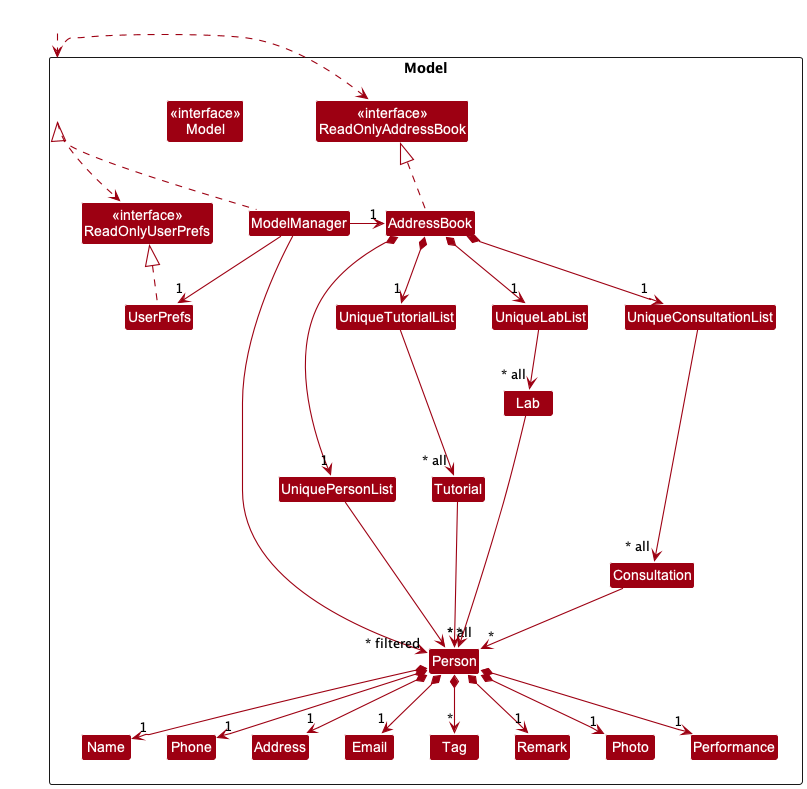
Before: docs/images/ModelClassDiagram.png, a diagram exported from PlantUML (nus-cs2103-AY2223S2/tp).
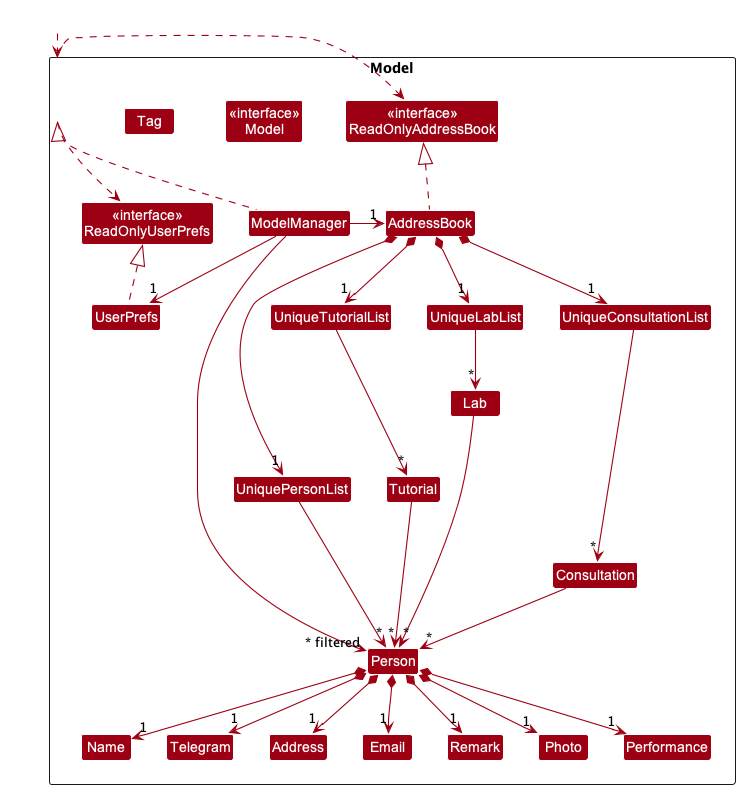
The same file after the commit.

Change to the diagram source:
```diff
@@ -18,7 +18,7 @@
 Class Address
 Class Email
 Class Name
-Class Phone
+Class Telegram
 Class Tag
 Class Remark
 Class Photo
@@ -48,27 +48,26 @@
 
 AddressBook *--> "1" UniquePersonList
 
-UniquePersonList --> "~* all" Person
+UniquePersonList --> "*" Person
 Person *--> "1" Name
-Person *--> "1" Phone
+Person *--> "1" Telegram
 Person *--> "1" Email
 Person *--> "1" Address
 Person *--> "1" Performance
 Person *--> "1" Remark
 Person *--> "1" Photo
-Person *--> "*" Tag
 
-Name -[hidden]right-> Phone
-Phone -[hidden]right-> Address
+Name -[hidden]right-> Telegram
+Telegram -[hidden]right-> Address
 Address -[hidden]right-> Email
 
 AddressBook *--> "1" UniqueTutorialList
 AddressBook *--> "1" UniqueLabList
 AddressBook *--> "1" UniqueConsultationList
 
-UniqueConsultationList --> "~* all" Consultation
-UniqueTutorialList --> "~* all" Tutorial
-UniqueLabList --> "~* all" Lab
+UniqueConsultationList --> "*" Consultation
+UniqueTutorialList --> "*" Tutorial
+UniqueLabList --> "*" Lab
 
 Consultation --> "*" Person
 Tutorial --> "*" Person
```
